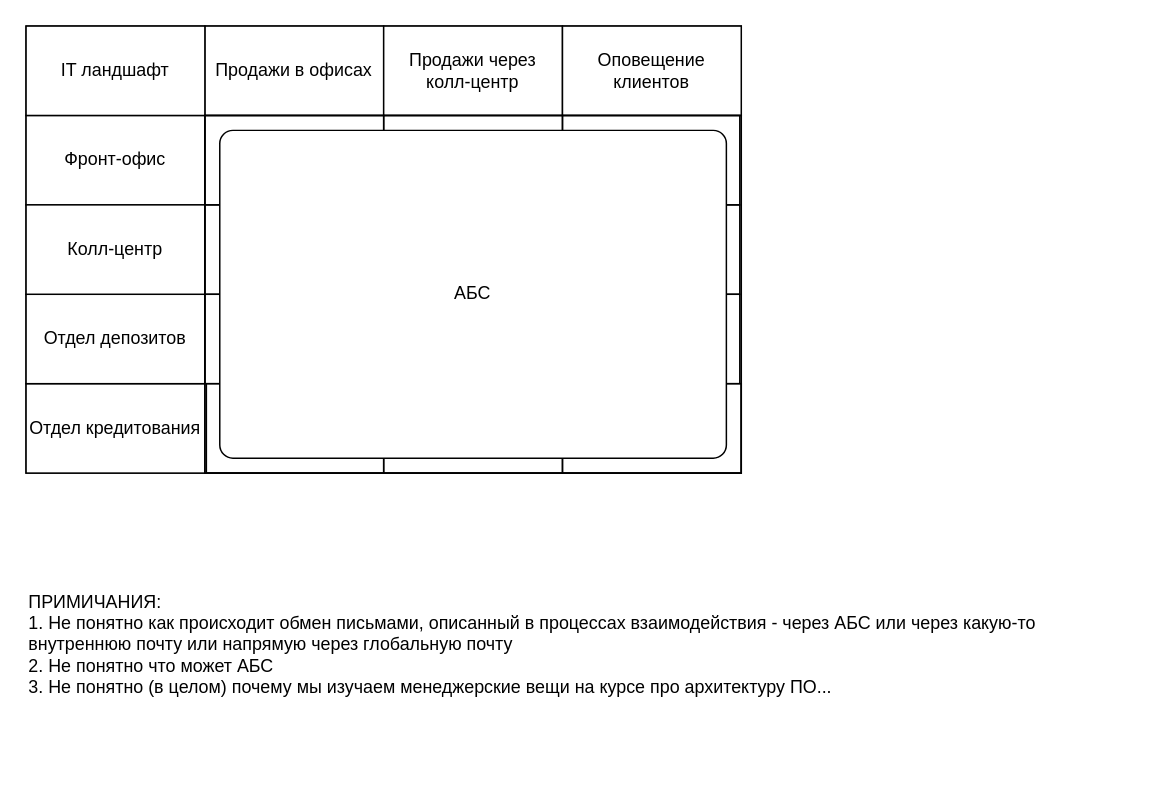
Earlier version of the draw.io diagram Task 1/it_landscape.drawio (mEssiaHofDarK/architecture-standart). Source tidied: cells renumbered, new cells numbered last; positions are measured from the earlier drawing's top-left corner, leaving out a move shared by most shapes. Both pictures are drawn from the tidied source at 149%, with x=0, y=0 at pixel (25, 25).
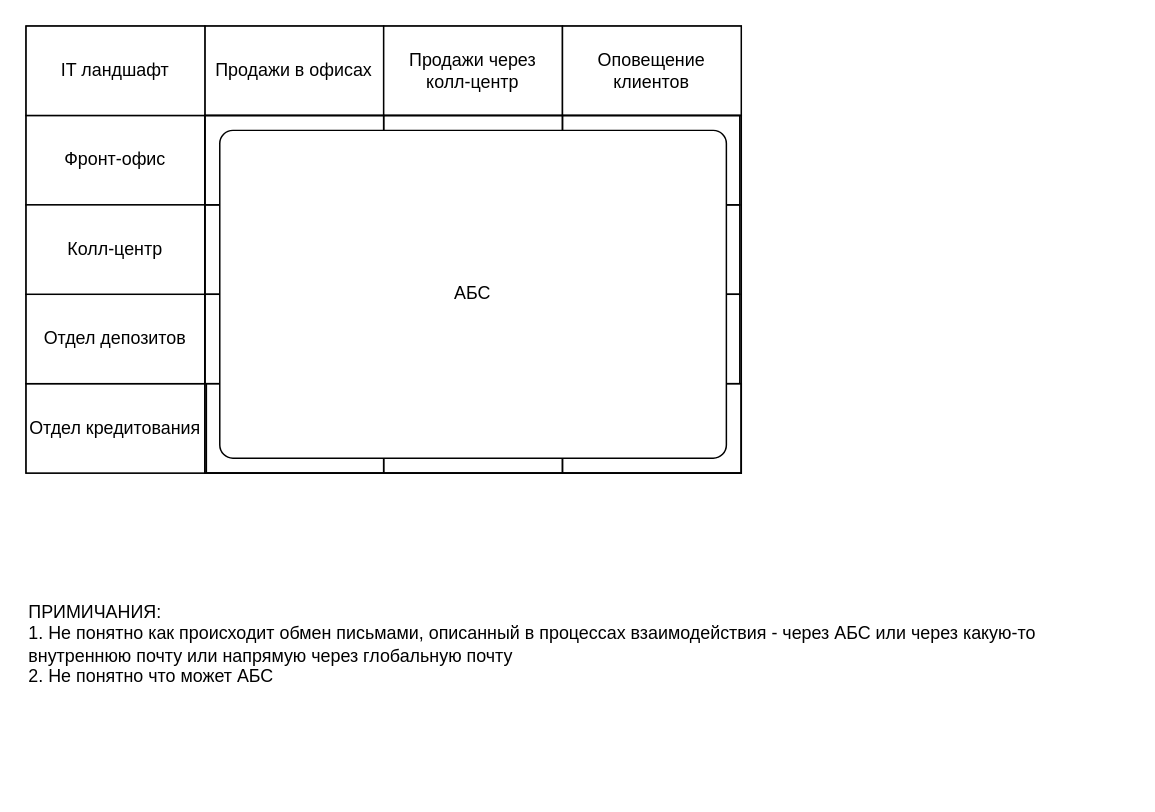
The same diagram, later.

What changed in the source:
```diff
@@
-    <mxCell id="20" value="ПРИМИЧАНИЯ:&lt;div&gt;1. Не понятно как происходит обмен письмами, описанный в процессах взаимодействия - через АБС или через какую-то внутреннюю почту или напрямую через глобальную почту&lt;/div&gt;&lt;div&gt;2. Не понятно что может АБС&lt;br&gt;3. Не понятно (в целом) почему мы изучаем менеджерские вещи на курсе про архитектуру ПО...&lt;/div&gt;" style="text;html=1;align=left;verticalAlign=middle;whiteSpace=wrap;rounded=0;" parent="1" vertex="1">
+    <mxCell id="20" value="ПРИМИЧАНИЯ:&lt;div&gt;1. Не понятно как происходит обмен письмами, описанный в процессах взаимодействия - через АБС или через какую-то внутреннюю почту или напрямую через глобальную почту&lt;/div&gt;&lt;div&gt;2. Не понятно что может АБС&lt;/div&gt;" style="text;html=1;align=left;verticalAlign=middle;whiteSpace=wrap;rounded=0;" parent="1" vertex="1">
       <mxGeometry y="320" width="740" height="190" as="geometry" />
     </mxCell>
```
